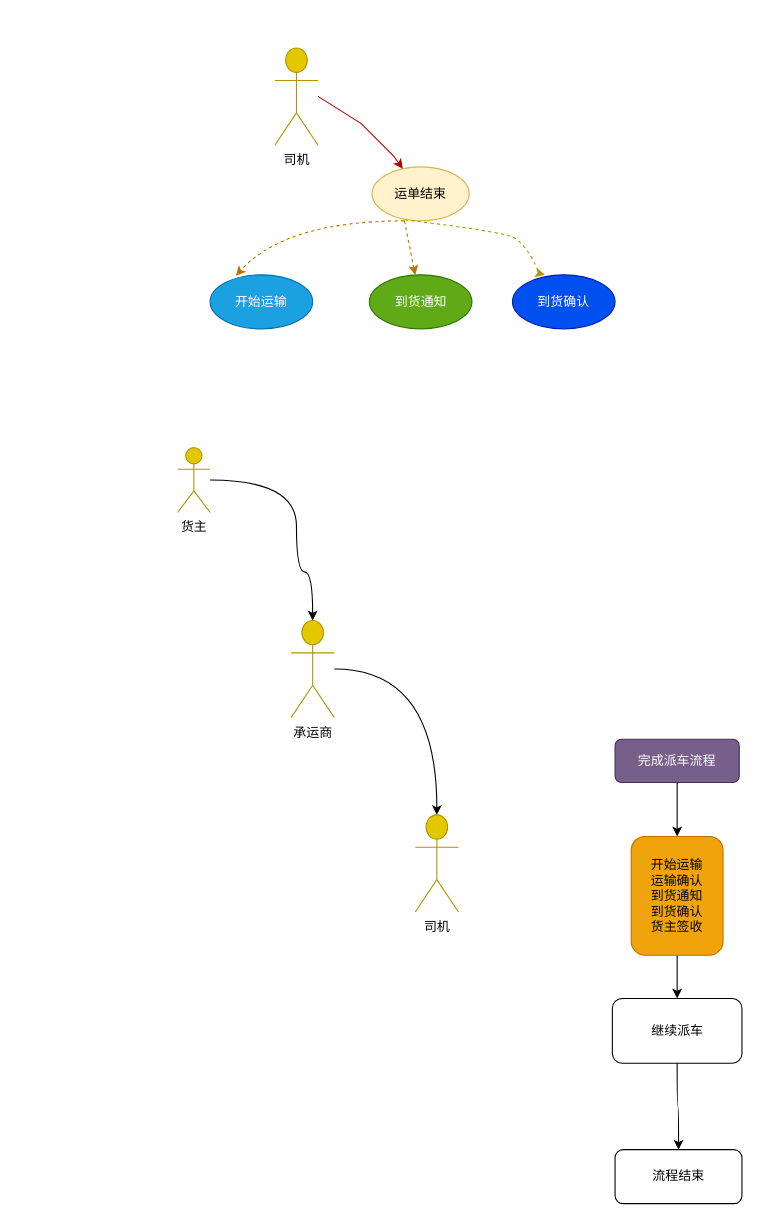
Above: page "第 7 页" (7 of 7) of 未命名绘图.drawio in anqingjieer/blog (draw.io), before the change. Source tidied: cells renumbered, new cells numbered last; positions are measured from the earlier drawing's top-left corner, leaving out a move shared by most shapes. Both pictures are drawn from the tidied source at 108%, with x=0, y=0 at pixel (26, 26).
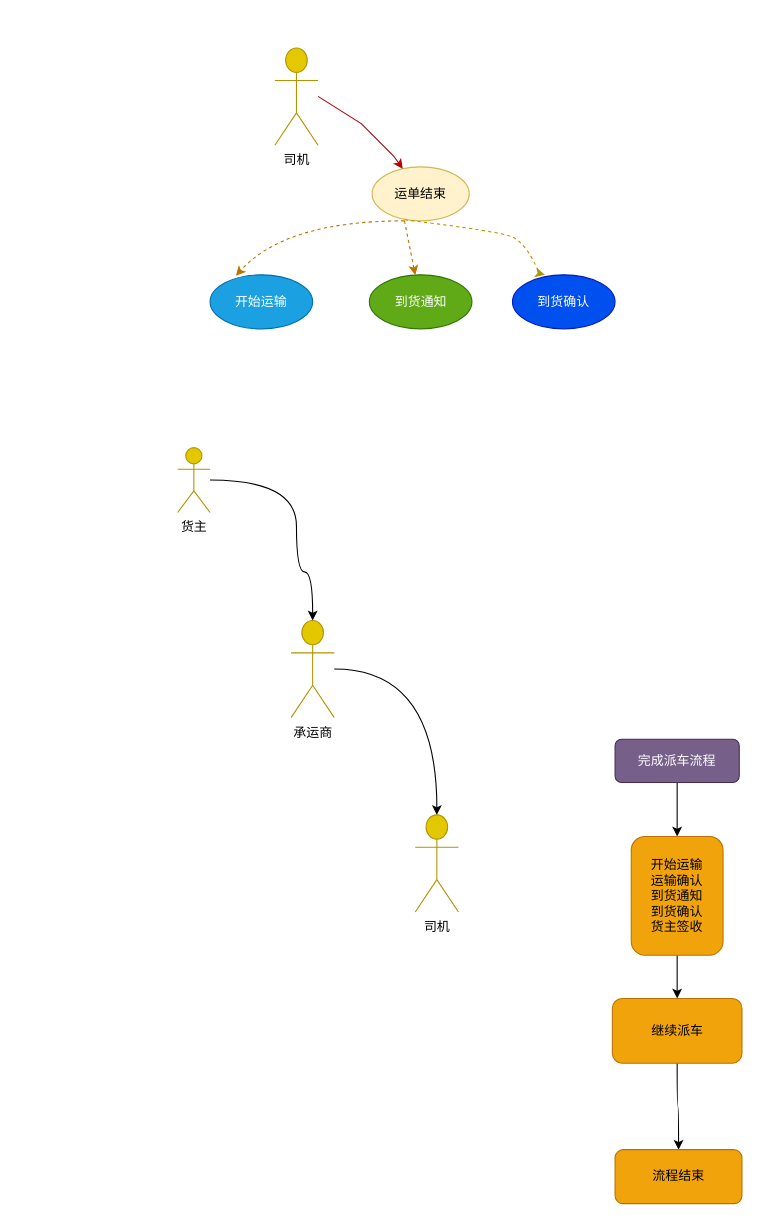
Above is the later version.

Commit message:
更新未命名绘图.drawio

What changed in the source:
```diff
@@
-    <mxCell id="22" value="继续派车" style="rounded=1;whiteSpace=wrap;html=1;" parent="1" vertex="1">
+    <mxCell id="22" value="继续派车" style="rounded=1;whiteSpace=wrap;html=1;fillColor=#f0a30a;fontColor=#000000;strokeColor=#BD7000;" parent="1" vertex="1">
       <mxGeometry x="542.5" y="900" width="120" height="60" as="geometry" />
     </mxCell>
-    <mxCell id="23" value="流程结束" style="whiteSpace=wrap;html=1;rounded=1;" parent="1" vertex="1">
+    <mxCell id="23" value="流程结束" style="whiteSpace=wrap;html=1;rounded=1;fillColor=#f0a30a;fontColor=#000000;strokeColor=#BD7000;" parent="1" vertex="1">
       <mxGeometry x="545" y="1040" width="117.5" height="50" as="geometry" />
     </mxCell>
```
